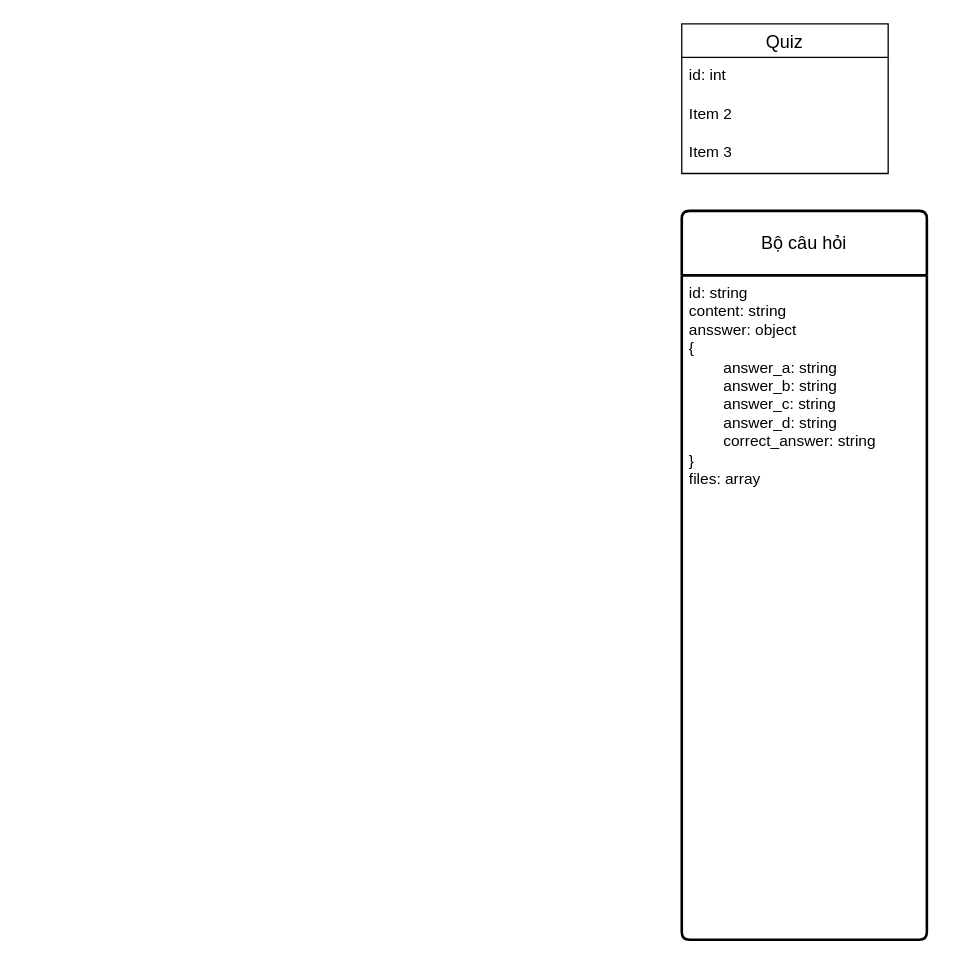
Before: page "Trang-2" (2 of 5) of tdmu-eLearn-quiz.drawio in toandevnguyen/TDMU-eLearn-Quiz-Expo, a draw.io diagram. Source tidied: cells renumbered, new cells numbered last; positions are measured from the earlier drawing's top-left corner, leaving out a move shared by most shapes. Both pictures are drawn from the tidied source at 129%, with x=0, y=0 at pixel (681, 23).
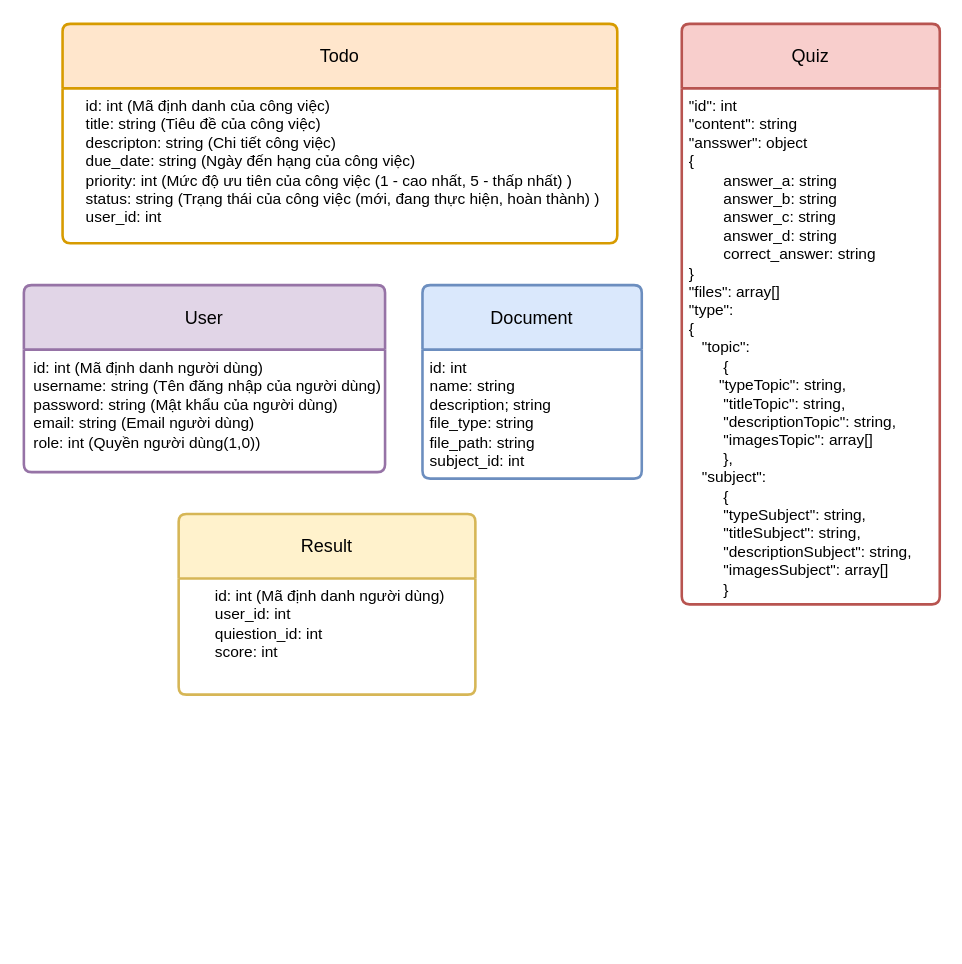
The same diagram, later.

What changed in the source:
```diff
@@
 <mxGraphModel>
   <root>
     <mxCell id="0" />
     <mxCell id="1" parent="0" />
-    <mxCell id="2" value="Quiz" style="swimlane;fontStyle=0;horizontal=1;startSize=26;align=center;fontSize=14;" parent="1" vertex="1">
-      <mxGeometry width="160" height="116" as="geometry" />
+    <mxCell id="2" value="Quiz" style="swimlane;horizontal=1;startSize=50;rounded=1;fontSize=14;fontStyle=0;strokeWidth=2;shadow=0;dashed=0;align=center;arcSize=4;whiteSpace=wrap;html=1;fillColor=#f8cecc;strokeColor=#b85450;spacingTop=0;" parent="1" vertex="1">
+      <mxGeometry width="200" height="450" as="geometry" />
     </mxCell>
-    <mxCell id="3" value="id: int" style="text;strokeColor=none;fillColor=none;spacingLeft=4;spacingRight=4;overflow=hidden;fontSize=12;whiteSpace=wrap;html=1;" parent="2" vertex="1">
-      <mxGeometry y="26" width="160" height="30" as="geometry" />
-    </mxCell>
-    <mxCell id="4" value="Item 2" style="text;strokeColor=none;fillColor=none;spacingLeft=4;spacingRight=4;overflow=hidden;fontSize=12;whiteSpace=wrap;html=1;" parent="2" vertex="1">
-      <mxGeometry y="56" width="160" height="30" as="geometry" />
-    </mxCell>
-    <mxCell id="5" value="Item 3" style="text;strokeColor=none;fillColor=none;spacingLeft=4;spacingRight=4;overflow=hidden;fontSize=12;whiteSpace=wrap;html=1;" parent="2" vertex="1">
-      <mxGeometry y="86" width="160" height="30" as="geometry" />
-    </mxCell>
-    <mxCell id="6" value="Bộ câu hỏi" style="swimlane;horizontal=1;startSize=50;rounded=1;fontSize=14;fontStyle=0;strokeWidth=2;shadow=0;dashed=0;align=center;arcSize=4;whiteSpace=wrap;html=1;" parent="1" vertex="1">
-      <mxGeometry y="145" width="190" height="565" as="geometry" />
-    </mxCell>
-    <mxCell id="7" value="&lt;div&gt;id: string&lt;/div&gt;&lt;div&gt;content: string&lt;/div&gt;&lt;div&gt;ansswer: object&lt;/div&gt;&lt;div&gt;{&lt;/div&gt;&lt;div&gt;&lt;span style=&quot;white-space: pre;&quot;&gt;&#9;&lt;/span&gt;answer_a:&amp;nbsp;&lt;span style=&quot;background-color: initial;&quot;&gt;string&lt;/span&gt;&lt;/div&gt;&lt;div&gt;&lt;span style=&quot;white-space: pre;&quot;&gt;&#9;&lt;/span&gt;answer_b:&amp;nbsp;&lt;span style=&quot;background-color: initial;&quot;&gt;string&lt;/span&gt;&lt;/div&gt;&lt;div&gt;&lt;span style=&quot;white-space: pre;&quot;&gt;&#9;&lt;/span&gt;answer_c:&amp;nbsp;&lt;span style=&quot;background-color: initial;&quot;&gt;string&lt;/span&gt;&lt;/div&gt;&lt;div&gt;&lt;span style=&quot;white-space: pre;&quot;&gt;&#9;&lt;/span&gt;answer_d:&amp;nbsp;&lt;span style=&quot;background-color: initial;&quot;&gt;string&lt;/span&gt;&lt;/div&gt;&lt;div&gt;&lt;span style=&quot;white-space: pre;&quot;&gt;&#9;&lt;/span&gt;correct_answer:&amp;nbsp;&lt;span style=&quot;background-color: initial;&quot;&gt;string&lt;/span&gt;&lt;/div&gt;&lt;div&gt;}&lt;/div&gt;&lt;div&gt;files: array&lt;/div&gt;&lt;div&gt;&lt;br&gt;&lt;/div&gt;&lt;div&gt;&lt;br&gt;&lt;/div&gt;" style="align=left;strokeColor=none;fillColor=none;spacingLeft=4;fontSize=12;verticalAlign=top;html=1;" parent="6" vertex="1">
-      <mxGeometry y="50" width="190" height="515" as="geometry" />
-    </mxCell>
+    <mxCell id="8" value="&lt;div style=&quot;line-height: 120%;&quot;&gt;&quot;id&quot;: int&lt;/div&gt;&lt;div style=&quot;line-height: 120%;&quot;&gt;&quot;content&quot;: string&lt;/div&gt;&lt;div style=&quot;line-height: 120%;&quot;&gt;&quot;ansswer&quot;: object&lt;/div&gt;&lt;div style=&quot;line-height: 120%;&quot;&gt;{&lt;/div&gt;&lt;div style=&quot;line-height: 120%;&quot;&gt;&lt;span style=&quot;white-space: pre;&quot;&gt;&#9;&lt;/span&gt;answer_a:&amp;nbsp;&lt;span style=&quot;background-color: initial;&quot;&gt;string&lt;/span&gt;&lt;/div&gt;&lt;div style=&quot;line-height: 120%;&quot;&gt;&lt;span style=&quot;white-space: pre;&quot;&gt;&#9;&lt;/span&gt;answer_b:&amp;nbsp;&lt;span style=&quot;background-color: initial;&quot;&gt;string&lt;/span&gt;&lt;/div&gt;&lt;div style=&quot;line-height: 120%;&quot;&gt;&lt;span style=&quot;white-space: pre;&quot;&gt;&#9;&lt;/span&gt;answer_c:&amp;nbsp;&lt;span style=&quot;background-color: initial;&quot;&gt;string&lt;/span&gt;&lt;/div&gt;&lt;div style=&quot;line-height: 120%;&quot;&gt;&lt;span style=&quot;white-space: pre;&quot;&gt;&#9;&lt;/span&gt;answer_d:&amp;nbsp;&lt;span style=&quot;background-color: initial;&quot;&gt;string&lt;/span&gt;&lt;/div&gt;&lt;div style=&quot;line-height: 120%;&quot;&gt;&lt;span style=&quot;white-space: pre;&quot;&gt;&#9;&lt;/span&gt;correct_answer:&amp;nbsp;&lt;span style=&quot;background-color: initial;&quot;&gt;string&lt;/span&gt;&lt;/div&gt;&lt;div style=&quot;line-height: 120%;&quot;&gt;}&lt;/div&gt;&lt;div style=&quot;line-height: 120%;&quot;&gt;&lt;span class=&quot;im-inliner-orig-text&quot;&gt;&quot;files&quot;: array[]&lt;/span&gt;&lt;/div&gt;&lt;div style=&quot;line-height: 120%;&quot;&gt;&lt;div style=&quot;line-height: 120%;&quot;&gt;&quot;type&quot;:&amp;nbsp;&lt;/div&gt;&lt;div style=&quot;line-height: 120%;&quot;&gt;{&lt;/div&gt;&lt;div style=&quot;line-height: 120%;&quot;&gt;&lt;span style=&quot;background-color: initial;&quot;&gt;&amp;nbsp; &amp;nbsp;&quot;topic&quot;:&amp;nbsp;&lt;/span&gt;&lt;/div&gt;&lt;div style=&quot;line-height: 120%;&quot;&gt;&lt;span style=&quot;background-color: initial;&quot;&gt;&lt;span style=&quot;white-space: pre;&quot;&gt;&#9;&lt;/span&gt;{&lt;/span&gt;&lt;/div&gt;&lt;div style=&quot;line-height: 120%;&quot;&gt;&lt;span style=&quot;background-color: initial;&quot;&gt;&amp;nbsp; &amp;nbsp; &amp;nbsp; &amp;nbsp;&quot;typeTopic&quot;: string,&lt;/span&gt;&lt;/div&gt;&lt;div style=&quot;line-height: 120%;&quot;&gt;&lt;span style=&quot;background-color: initial;&quot;&gt;&lt;span style=&quot;white-space: pre;&quot;&gt;&#9;&lt;/span&gt;&quot;titleTopic&quot;: string,&lt;/span&gt;&lt;/div&gt;&lt;div style=&quot;line-height: 120%;&quot;&gt;&lt;span style=&quot;background-color: initial;&quot;&gt;&lt;span style=&quot;white-space: pre;&quot;&gt;&#9;&lt;/span&gt;&quot;descriptionTopic&quot;: string,&lt;/span&gt;&lt;/div&gt;&lt;div style=&quot;line-height: 120%;&quot;&gt;&lt;span style=&quot;background-color: initial;&quot;&gt;&lt;span style=&quot;white-space: pre;&quot;&gt;&#9;&lt;/span&gt;&quot;imagesTopic&quot;: array[]&lt;/span&gt;&lt;/div&gt;&lt;div style=&quot;line-height: 120%;&quot;&gt;&lt;span style=&quot;background-color: initial;&quot;&gt;&lt;span style=&quot;white-space: pre;&quot;&gt;&#9;&lt;/span&gt;},&lt;/span&gt;&lt;/div&gt;&lt;div style=&quot;line-height: 120%;&quot;&gt;&lt;span style=&quot;background-color: initial;&quot;&gt;&amp;nbsp; &amp;nbsp;&quot;subject&quot;:&amp;nbsp;&lt;/span&gt;&lt;/div&gt;&lt;div style=&quot;line-height: 120%;&quot;&gt;&lt;span style=&quot;background-color: initial;&quot;&gt;&lt;span style=&quot;white-space: pre;&quot;&gt;&#9;&lt;/span&gt;{&lt;/span&gt;&lt;/div&gt;&lt;div style=&quot;line-height: 120%;&quot;&gt;&lt;span style=&quot;background-color: initial;&quot;&gt;&lt;span style=&quot;white-space: pre;&quot;&gt;&#9;&lt;/span&gt;&quot;typeSubject&quot;: string,&lt;/span&gt;&lt;/div&gt;&lt;div style=&quot;line-height: 120%;&quot;&gt;&lt;span style=&quot;background-color: initial;&quot;&gt;&lt;span style=&quot;white-space: pre;&quot;&gt;&#9;&lt;/span&gt;&quot;titleSubject&quot;: string,&lt;/span&gt;&lt;/div&gt;&lt;div style=&quot;line-height: 120%;&quot;&gt;&lt;span style=&quot;background-color: initial;&quot;&gt;&lt;span style=&quot;white-space: pre;&quot;&gt;&#9;&lt;/span&gt;&quot;descriptionSubject&quot;: string,&lt;/span&gt;&lt;/div&gt;&lt;div style=&quot;line-height: 120%;&quot;&gt;&lt;span style=&quot;background-color: initial;&quot;&gt;&lt;span style=&quot;white-space: pre;&quot;&gt;&#9;&lt;/span&gt;&quot;imagesSubject&quot;: array[]&lt;/span&gt;&lt;/div&gt;&lt;/div&gt;&lt;div style=&quot;line-height: 120%;&quot;&gt;&lt;span style=&quot;white-space: pre;&quot;&gt;&#9;&lt;/span&gt;}&lt;br&gt;&lt;/div&gt;&lt;div style=&quot;line-height: 120%;&quot;&gt;&lt;br&gt;&lt;/div&gt;" style="align=left;strokeColor=none;fillColor=none;spacingLeft=4;fontSize=12;verticalAlign=top;html=1;" parent="2" vertex="1">
+      <mxGeometry y="50" width="200" height="400" as="geometry" />
+    </mxCell>
+    <mxCell id="9" value="Todo" style="swimlane;horizontal=1;startSize=50;rounded=1;fontSize=14;fontStyle=0;strokeWidth=2;shadow=0;dashed=0;align=center;arcSize=4;whiteSpace=wrap;html=1;fillColor=#ffe6cc;strokeColor=#d79b00;" parent="1" vertex="1">
+      <mxGeometry x="-480" width="430" height="170" as="geometry" />
+    </mxCell>
+    <mxCell id="10" value="&lt;div style=&quot;text-align: justify;&quot;&gt;&lt;span style=&quot;background-color: initial;&quot;&gt;id: int (Mã định danh của công việc)&lt;/span&gt;&lt;/div&gt;&lt;div style=&quot;text-align: justify;&quot;&gt;title: string (Tiêu đề của công việc)&lt;/div&gt;&lt;div style=&quot;text-align: justify;&quot;&gt;descripton: string (Chi tiết công việc)&lt;/div&gt;&lt;div style=&quot;text-align: justify;&quot;&gt;due_date: string (Ngày đến hạng của công việc)&lt;/div&gt;&lt;div style=&quot;text-align: justify;&quot;&gt;priority: int (Mức độ ưu tiên của công việc (1 - cao nhất, 5 - thấp nhất)&amp;nbsp;)&lt;/div&gt;&lt;div style=&quot;text-align: justify;&quot;&gt;status: string (Trạng thái của công việc (mới, đang thực hiện, hoàn thành)&amp;nbsp;)&lt;/div&gt;&lt;div style=&quot;text-align: justify;&quot;&gt;user_id: int&lt;/div&gt;" style="align=center;strokeColor=none;fillColor=none;spacingLeft=4;fontSize=12;verticalAlign=top;html=1;" parent="9" vertex="1">
+      <mxGeometry y="50" width="430" height="120" as="geometry" />
+    </mxCell>
+    <mxCell id="11" value="User" style="swimlane;horizontal=1;startSize=50;rounded=1;fontSize=14;fontStyle=0;strokeWidth=2;shadow=0;dashed=0;align=center;arcSize=4;whiteSpace=wrap;html=1;fillColor=#e1d5e7;strokeColor=#9673a6;" parent="1" vertex="1">
+      <mxGeometry x="-510" y="202.5" width="280" height="145" as="geometry" />
+    </mxCell>
+    <mxCell id="12" value="&lt;div style=&quot;text-align: justify;&quot;&gt;id: int (Mã định danh người dùng)&lt;/div&gt;&lt;div style=&quot;text-align: justify;&quot;&gt;username: string (Tên đăng nhập của người dùng)&lt;/div&gt;&lt;div style=&quot;text-align: justify;&quot;&gt;password: string (Mật khẩu của người dùng)&lt;/div&gt;&lt;div style=&quot;text-align: justify;&quot;&gt;email: string (Email người dùng)&lt;/div&gt;&lt;div style=&quot;text-align: justify;&quot;&gt;role: int (Quyền người dùng(1,0))&lt;/div&gt;" style="align=center;strokeColor=none;fillColor=none;spacingLeft=4;fontSize=12;verticalAlign=top;html=1;" parent="11" vertex="1">
+      <mxGeometry y="50" width="280" height="95" as="geometry" />
+    </mxCell>
+    <mxCell id="13" value="Result" style="swimlane;horizontal=1;startSize=50;rounded=1;fontSize=14;fontStyle=0;strokeWidth=2;shadow=0;dashed=0;align=center;arcSize=4;whiteSpace=wrap;html=1;fillColor=#fff2cc;strokeColor=#d6b656;" parent="1" vertex="1">
+      <mxGeometry x="-390" y="380" width="230" height="140" as="geometry" />
+    </mxCell>
+    <mxCell id="14" value="&lt;div style=&quot;text-align: justify;&quot;&gt;id: int (Mã định danh người dùng)&lt;/div&gt;&lt;div style=&quot;text-align: justify;&quot;&gt;user_id: int&lt;/div&gt;&lt;div style=&quot;text-align: justify;&quot;&gt;quiestion_id: int&lt;/div&gt;&lt;div style=&quot;text-align: justify;&quot;&gt;score: int&lt;/div&gt;" style="align=center;strokeColor=none;fillColor=none;spacingLeft=4;fontSize=12;verticalAlign=top;html=1;" parent="13" vertex="1">
+      <mxGeometry y="50" width="230" height="90" as="geometry" />
+    </mxCell>
+    <mxCell id="15" value="Document" style="swimlane;horizontal=1;startSize=50;rounded=1;fontSize=14;fontStyle=0;strokeWidth=2;shadow=0;dashed=0;align=center;arcSize=4;whiteSpace=wrap;html=1;fillColor=#dae8fc;strokeColor=#6c8ebf;" parent="1" vertex="1">
+      <mxGeometry x="-201" y="202.5" width="170" height="150" as="geometry" />
+    </mxCell>
+    <mxCell id="16" value="&lt;div&gt;&lt;div&gt;id: int&lt;/div&gt;&lt;div&gt;name: string&lt;/div&gt;&lt;div&gt;description; string&lt;/div&gt;&lt;div&gt;file_type: string&lt;/div&gt;&lt;div&gt;file_path: string&lt;/div&gt;&lt;div&gt;subject_id: int&lt;/div&gt;&lt;/div&gt;&lt;div&gt;&lt;br&gt;&lt;/div&gt;" style="align=left;strokeColor=none;fillColor=none;spacingLeft=4;fontSize=12;verticalAlign=top;html=1;" parent="15" vertex="1">
+      <mxGeometry y="50" width="170" height="100" as="geometry" />
+    </mxCell>
   </root>
 </mxGraphModel>
```
